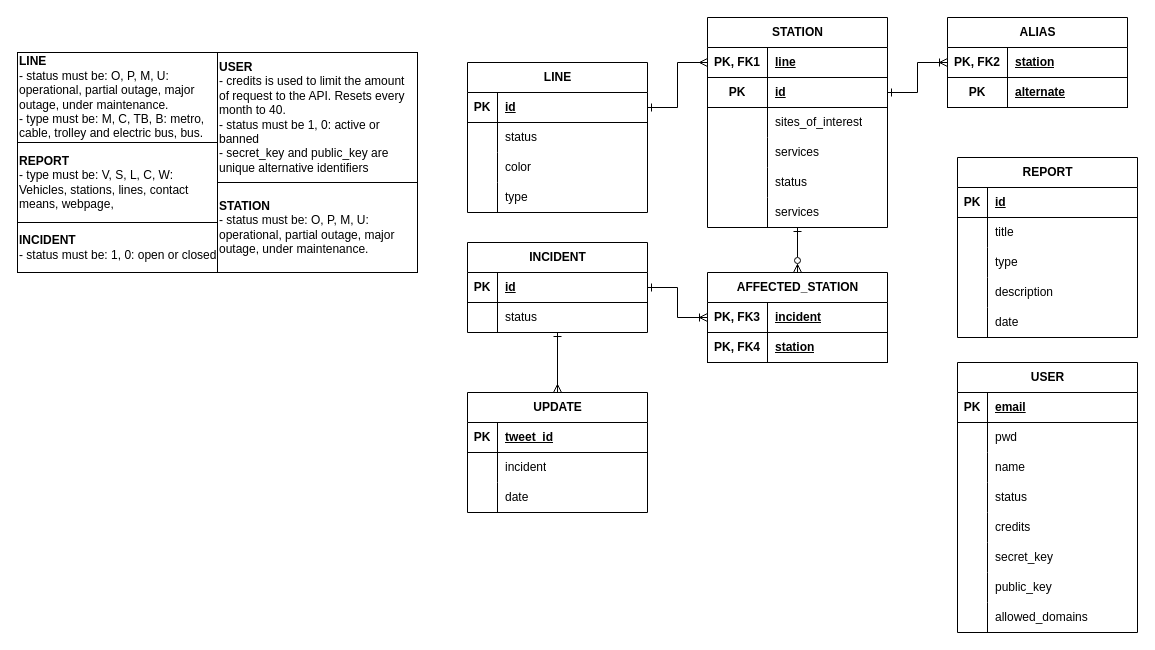
The draw.io diagram db.drawio in danielcgiraldo/metromap, before the edit. Source tidied: cells renumbered, new cells numbered last; positions are measured from the earlier drawing's top-left corner, leaving out a move shared by most shapes. Both pictures are drawn from the tidied source at 100%, with x=0, y=0 at pixel (17, 17).
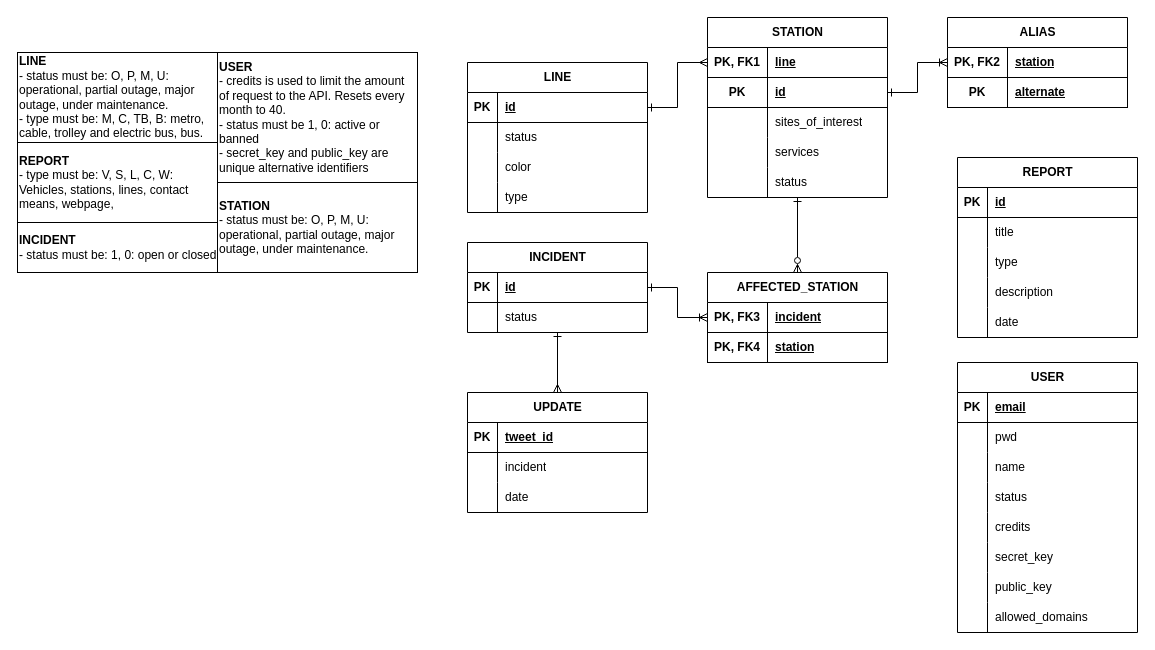
The same diagram, later.

Diff of the diagram source:
```diff
@@
     <mxCell id="15" value="STATION" style="shape=table;startSize=30;childLayout=tableLayout;rowLines=0;fontStyle=1;align=center;html=1;" parent="1" vertex="1">
-      <mxGeometry x="690" width="180" height="210" as="geometry" />
+      <mxGeometry x="690" width="180" height="180" as="geometry" />
     </mxCell>
@@
-    <mxCell id="31" style="shape=tableRow;horizontal=0;startSize=0;swimlaneHead=0;swimlaneBody=0;fillColor=none;top=0;left=0;right=0;bottom=0;" parent="15" vertex="1">
-      <mxGeometry y="180" width="180" height="30" as="geometry" />
-    </mxCell>
-    <mxCell id="32" style="shape=partialRectangle;fillColor=none;top=0;left=0;bottom=0;right=0;overflow=hidden;whiteSpace=wrap;html=1;" parent="31" vertex="1">
-      <mxGeometry width="60" height="30" as="geometry" />
-    </mxCell>
-    <mxCell id="33" value="services" style="shape=partialRectangle;fillColor=none;top=0;left=0;bottom=0;right=0;align=left;spacingLeft=6;overflow=hidden;whiteSpace=wrap;html=1;" parent="31" vertex="1">
-      <mxGeometry x="60" width="120" height="30" as="geometry" />
-    </mxCell>
```
